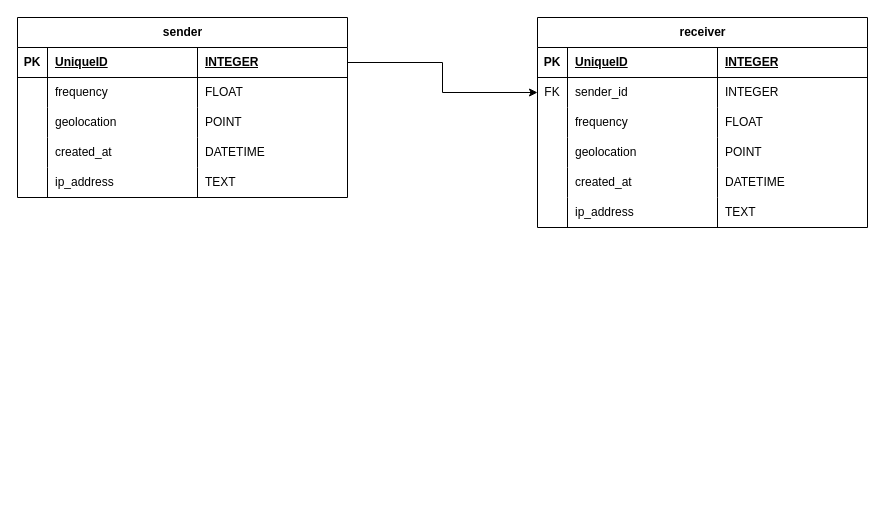
The draw.io diagram page "schema" (4 of 4) of system_architecture.drawio in chadashu/mapping_via_radiowaves, before the edit. Source tidied: cells renumbered, new cells numbered last; positions are measured from the earlier drawing's top-left corner, leaving out a move shared by most shapes. Both pictures are drawn from the tidied source at 100%, with x=0, y=0 at pixel (17, 17).
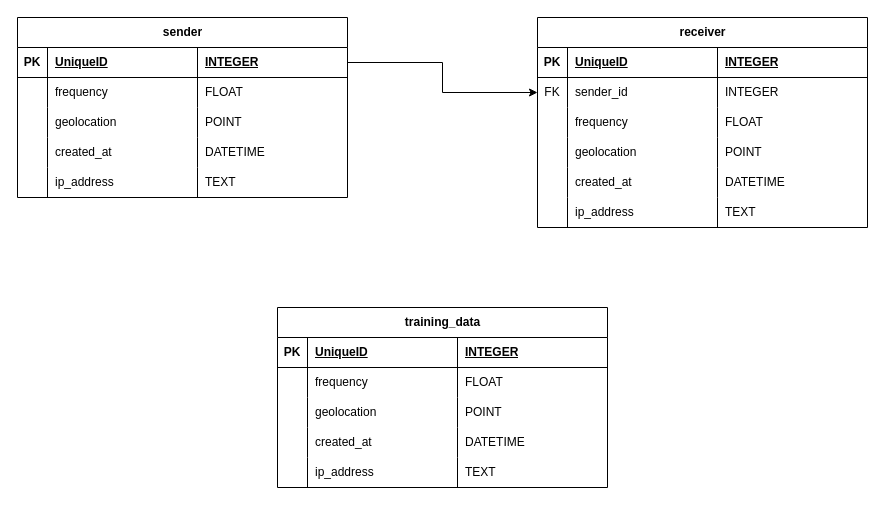
The same page after the edit.

What changed in the source:
```diff
@@
+    <mxCell id="49" value="training_data" style="shape=table;startSize=30;childLayout=tableLayout;rowLines=0;fontStyle=1;align=center;html=1;" parent="1" vertex="1">
+      <mxGeometry x="260" y="290" width="330" height="180" as="geometry" />
+    </mxCell>
+    <mxCell id="50" style="shape=tableRow;horizontal=0;startSize=0;swimlaneHead=0;swimlaneBody=0;fillColor=none;top=0;left=0;right=0;bottom=1;" parent="49" vertex="1">
+      <mxGeometry y="30" width="330" height="30" as="geometry" />
+    </mxCell>
+    <mxCell id="51" value="PK" style="shape=partialRectangle;fillColor=none;top=0;left=0;bottom=0;right=0;fontStyle=1;overflow=hidden;whiteSpace=wrap;html=1;" parent="50" vertex="1">
+      <mxGeometry width="30" height="30" as="geometry" />
+    </mxCell>
+    <mxCell id="52" value="UniqueID" style="shape=partialRectangle;fillColor=none;top=0;left=0;bottom=0;right=0;align=left;spacingLeft=6;fontStyle=5;overflow=hidden;whiteSpace=wrap;html=1;" parent="50" vertex="1">
+      <mxGeometry x="30" width="150" height="30" as="geometry" />
+    </mxCell>
+    <mxCell id="53" value="INTEGER" style="shape=partialRectangle;fillColor=none;top=0;left=0;bottom=0;right=0;align=left;spacingLeft=6;fontStyle=5;overflow=hidden;whiteSpace=wrap;html=1;" parent="50" vertex="1">
+      <mxGeometry x="180" width="150" height="30" as="geometry" />
+    </mxCell>
+    <mxCell id="54" style="shape=tableRow;horizontal=0;startSize=0;swimlaneHead=0;swimlaneBody=0;fillColor=none;top=0;left=0;right=0;bottom=0;" parent="49" vertex="1">
+      <mxGeometry y="60" width="330" height="30" as="geometry" />
+    </mxCell>
+    <mxCell id="55" style="shape=partialRectangle;fillColor=none;top=0;left=0;bottom=0;right=0;overflow=hidden;whiteSpace=wrap;html=1;" parent="54" vertex="1">
+      <mxGeometry width="30" height="30" as="geometry" />
+    </mxCell>
+    <mxCell id="56" value="frequency" style="shape=partialRectangle;fillColor=none;top=0;left=0;bottom=0;right=0;align=left;spacingLeft=6;overflow=hidden;whiteSpace=wrap;html=1;" parent="54" vertex="1">
+      <mxGeometry x="30" width="150" height="30" as="geometry" />
+    </mxCell>
+    <mxCell id="57" value="FLOAT" style="shape=partialRectangle;fillColor=none;top=0;left=0;bottom=0;right=0;align=left;spacingLeft=6;overflow=hidden;whiteSpace=wrap;html=1;" parent="54" vertex="1">
+      <mxGeometry x="180" width="150" height="30" as="geometry" />
+    </mxCell>
+    <mxCell id="58" style="shape=tableRow;horizontal=0;startSize=0;swimlaneHead=0;swimlaneBody=0;fillColor=none;top=0;left=0;right=0;bottom=0;" parent="49" vertex="1">
+      <mxGeometry y="90" width="330" height="30" as="geometry" />
+    </mxCell>
+    <mxCell id="59" style="shape=partialRectangle;fillColor=none;top=0;left=0;bottom=0;right=0;overflow=hidden;whiteSpace=wrap;html=1;" parent="58" vertex="1">
+      <mxGeometry width="30" height="30" as="geometry" />
+    </mxCell>
+    <mxCell id="60" value="geolocation" style="shape=partialRectangle;fillColor=none;top=0;left=0;bottom=0;right=0;align=left;spacingLeft=6;overflow=hidden;whiteSpace=wrap;html=1;" parent="58" vertex="1">
+      <mxGeometry x="30" width="150" height="30" as="geometry" />
+    </mxCell>
+    <mxCell id="61" value="POINT" style="shape=partialRectangle;fillColor=none;top=0;left=0;bottom=0;right=0;align=left;spacingLeft=6;overflow=hidden;whiteSpace=wrap;html=1;" parent="58" vertex="1">
+      <mxGeometry x="180" width="150" height="30" as="geometry" />
+    </mxCell>
+    <mxCell id="62" style="shape=tableRow;horizontal=0;startSize=0;swimlaneHead=0;swimlaneBody=0;fillColor=none;top=0;left=0;right=0;bottom=0;" parent="49" vertex="1">
+      <mxGeometry y="120" width="330" height="30" as="geometry" />
+    </mxCell>
+    <mxCell id="63" style="shape=partialRectangle;fillColor=none;top=0;left=0;bottom=0;right=0;overflow=hidden;whiteSpace=wrap;html=1;" parent="62" vertex="1">
+      <mxGeometry width="30" height="30" as="geometry" />
+    </mxCell>
+    <mxCell id="64" value="created_at" style="shape=partialRectangle;fillColor=none;top=0;left=0;bottom=0;right=0;align=left;spacingLeft=6;overflow=hidden;whiteSpace=wrap;html=1;" parent="62" vertex="1">
+      <mxGeometry x="30" width="150" height="30" as="geometry" />
+    </mxCell>
+    <mxCell id="65" value="DATETIME" style="shape=partialRectangle;fillColor=none;top=0;left=0;bottom=0;right=0;align=left;spacingLeft=6;overflow=hidden;whiteSpace=wrap;html=1;" parent="62" vertex="1">
+      <mxGeometry x="180" width="150" height="30" as="geometry" />
+    </mxCell>
+    <mxCell id="66" style="shape=tableRow;horizontal=0;startSize=0;swimlaneHead=0;swimlaneBody=0;fillColor=none;top=0;left=0;right=0;bottom=0;" parent="49" vertex="1">
+      <mxGeometry y="150" width="330" height="30" as="geometry" />
+    </mxCell>
+    <mxCell id="67" style="shape=partialRectangle;fillColor=none;top=0;left=0;bottom=0;right=0;overflow=hidden;whiteSpace=wrap;html=1;" parent="66" vertex="1">
+      <mxGeometry width="30" height="30" as="geometry" />
+    </mxCell>
+    <mxCell id="68" value="ip_address" style="shape=partialRectangle;fillColor=none;top=0;left=0;bottom=0;right=0;align=left;spacingLeft=6;overflow=hidden;whiteSpace=wrap;html=1;" parent="66" vertex="1">
+      <mxGeometry x="30" width="150" height="30" as="geometry" />
+    </mxCell>
+    <mxCell id="69" value="TEXT" style="shape=partialRectangle;fillColor=none;top=0;left=0;bottom=0;right=0;align=left;spacingLeft=6;overflow=hidden;whiteSpace=wrap;html=1;" parent="66" vertex="1">
+      <mxGeometry x="180" width="150" height="30" as="geometry" />
+    </mxCell>
```
